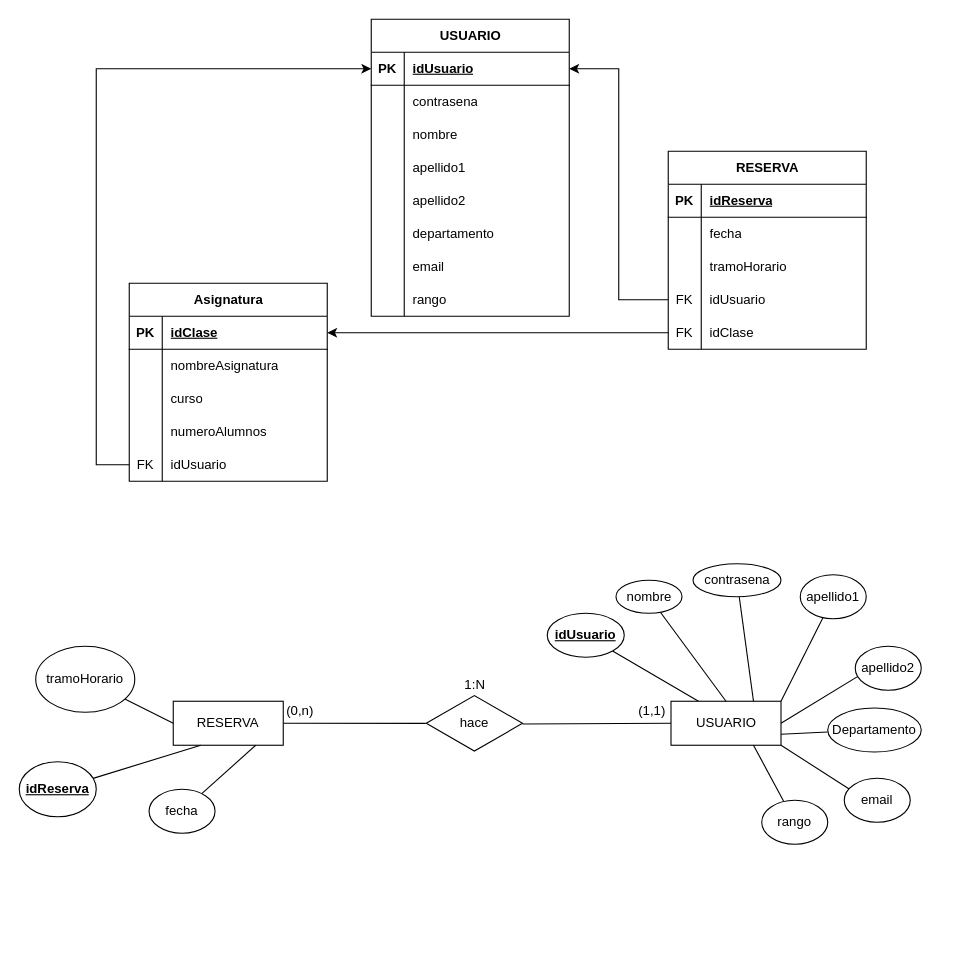
This is Diagramas/Diagrama entidad-relación.drawio from juanjesusrv/Proyecto-php, a draw.io file, before an edit. Source tidied: cells renumbered, new cells numbered last; positions are measured from the earlier drawing's top-left corner, leaving out a move shared by most shapes. Both pictures are drawn from the tidied source at 110%, with x=0, y=0 at pixel (19, 19).
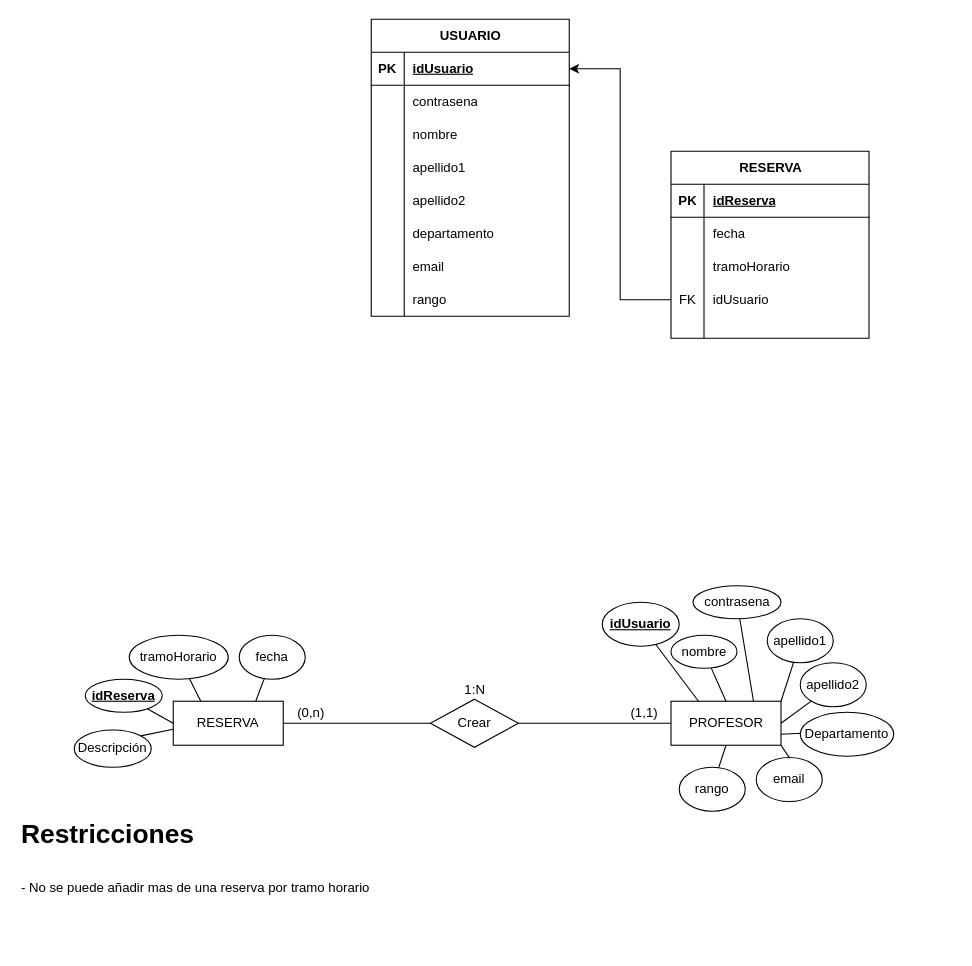
Above is the later version.

The change refers to these unchanged cells:
```xml
<mxCell id="3" style="shape=tableRow;horizontal=0;startSize=0;swimlaneHead=0;swimlaneBody=0;fillColor=none;points=[[0,0.5],[1,0.5]];portConstraint=eastwest;top=0;left=0;right=0;bottom=1;" parent="2" vertex="1">
  <mxGeometry y="30" width="180" height="30" as="geometry" />
</mxCell>
<mxCell id="59" value="RESERVA" style="whiteSpace=wrap;html=1;align=center;" parent="1" vertex="1">
  <mxGeometry x="140" y="620" width="100" height="40" as="geometry" />
</mxCell>
```

What changed in the source:
```diff
@@
-    <mxCell id="27" value="Asignatura" style="shape=table;startSize=30;childLayout=tableLayout;rowLines=0;fontStyle=1;align=center;html=1;" parent="1" vertex="1">
-      <mxGeometry x="100" y="240" width="180" height="180" as="geometry" />
-    </mxCell>
-    <mxCell id="28" style="shape=tableRow;horizontal=0;startSize=0;swimlaneHead=0;swimlaneBody=0;fillColor=none;points=[[0,0.5],[1,0.5]];portConstraint=eastwest;top=0;left=0;right=0;bottom=1;" parent="27" vertex="1">
-      <mxGeometry y="30" width="180" height="30" as="geometry" />
-    </mxCell>
-    <mxCell id="29" value="PK" style="shape=partialRectangle;fillColor=none;top=0;left=0;bottom=0;right=0;fontStyle=1;overflow=hidden;whiteSpace=wrap;html=1;" parent="28" vertex="1">
-      <mxGeometry width="30" height="30" as="geometry" />
-    </mxCell>
-    <mxCell id="30" value="idClase" style="shape=partialRectangle;fillColor=none;top=0;left=0;bottom=0;right=0;align=left;spacingLeft=6;fontStyle=5;overflow=hidden;whiteSpace=wrap;html=1;" parent="28" vertex="1">
-      <mxGeometry x="30" width="150" height="30" as="geometry" />
-    </mxCell>
-    <mxCell id="31" style="shape=tableRow;horizontal=0;startSize=0;swimlaneHead=0;swimlaneBody=0;fillColor=none;top=0;left=0;right=0;bottom=0;" parent="27" vertex="1">
-      <mxGeometry y="60" width="180" height="30" as="geometry" />
-    </mxCell>
-    <mxCell id="32" style="shape=partialRectangle;fillColor=none;top=0;left=0;bottom=0;right=0;overflow=hidden;whiteSpace=wrap;html=1;" parent="31" vertex="1">
-      <mxGeometry width="30" height="30" as="geometry" />
-    </mxCell>
-    <mxCell id="33" value="nombreAsignatura" style="shape=partialRectangle;fillColor=none;top=0;left=0;bottom=0;right=0;align=left;spacingLeft=6;overflow=hidden;whiteSpace=wrap;html=1;" parent="31" vertex="1">
-      <mxGeometry x="30" width="150" height="30" as="geometry" />
-    </mxCell>
-    <mxCell id="34" style="shape=tableRow;horizontal=0;startSize=0;swimlaneHead=0;swimlaneBody=0;fillColor=none;top=0;left=0;right=0;bottom=0;" parent="27" vertex="1">
-      <mxGeometry y="90" width="180" height="30" as="geometry" />
-    </mxCell>
-    <mxCell id="35" style="shape=partialRectangle;fillColor=none;top=0;left=0;bottom=0;right=0;overflow=hidden;whiteSpace=wrap;html=1;" parent="34" vertex="1">
-      <mxGeometry width="30" height="30" as="geometry" />
-    </mxCell>
-    <mxCell id="36" value="curso" style="shape=partialRectangle;fillColor=none;top=0;left=0;bottom=0;right=0;align=left;spacingLeft=6;overflow=hidden;whiteSpace=wrap;html=1;" parent="34" vertex="1">
-      <mxGeometry x="30" width="150" height="30" as="geometry" />
-    </mxCell>
-    <mxCell id="37" style="shape=tableRow;horizontal=0;startSize=0;swimlaneHead=0;swimlaneBody=0;fillColor=none;top=0;left=0;right=0;bottom=0;" parent="27" vertex="1">
-      <mxGeometry y="120" width="180" height="30" as="geometry" />
-    </mxCell>
-    <mxCell id="38" style="shape=partialRectangle;fillColor=none;top=0;left=0;bottom=0;right=0;overflow=hidden;whiteSpace=wrap;html=1;" parent="37" vertex="1">
-      <mxGeometry width="30" height="30" as="geometry" />
-    </mxCell>
-    <mxCell id="39" value="numeroAlumnos" style="shape=partialRectangle;fillColor=none;top=0;left=0;bottom=0;right=0;align=left;spacingLeft=6;overflow=hidden;whiteSpace=wrap;html=1;" parent="37" vertex="1">
-      <mxGeometry x="30" width="150" height="30" as="geometry" />
-    </mxCell>
-    <mxCell id="40" style="shape=tableRow;horizontal=0;startSize=0;swimlaneHead=0;swimlaneBody=0;fillColor=none;points=[[0,0.5],[1,0.5]];portConstraint=eastwest;top=0;left=0;right=0;bottom=0;" parent="27" vertex="1">
-      <mxGeometry y="150" width="180" height="30" as="geometry" />
-    </mxCell>
-    <mxCell id="41" value="FK" style="shape=partialRectangle;fillColor=none;top=0;left=0;bottom=0;right=0;overflow=hidden;whiteSpace=wrap;html=1;" parent="40" vertex="1">
-      <mxGeometry width="30" height="30" as="geometry" />
-    </mxCell>
-    <mxCell id="42" value="idUsuario" style="shape=partialRectangle;fillColor=none;top=0;left=0;bottom=0;right=0;align=left;spacingLeft=6;overflow=hidden;whiteSpace=wrap;html=1;" parent="40" vertex="1">
-      <mxGeometry x="30" width="150" height="30" as="geometry" />
-    </mxCell>
     <mxCell id="43" value="RESERVA" style="shape=table;startSize=30;childLayout=tableLayout;rowLines=0;fontStyle=1;align=center;html=1;" parent="1" vertex="1">
-      <mxGeometry x="590" y="120" width="180" height="180" as="geometry" />
+      <mxGeometry x="592.5" y="120" width="180" height="170" as="geometry" />
     </mxCell>
@@
     <mxCell id="56" style="shape=tableRow;horizontal=0;startSize=0;swimlaneHead=0;swimlaneBody=0;fillColor=none;points=[[0,0.5],[1,0.5]];portConstraint=eastwest;top=0;left=0;right=0;bottom=0;" parent="43" vertex="1">
-      <mxGeometry y="150" width="180" height="30" as="geometry" />
+      <mxGeometry y="150" width="180" height="20" as="geometry" />
     </mxCell>
-    <mxCell id="57" value="FK" style="shape=partialRectangle;fillColor=none;top=0;left=0;bottom=0;right=0;overflow=hidden;whiteSpace=wrap;html=1;" parent="56" vertex="1">
-      <mxGeometry width="30" height="30" as="geometry" />
+    <mxCell id="57" style="shape=partialRectangle;fillColor=none;top=0;left=0;bottom=0;right=0;overflow=hidden;whiteSpace=wrap;html=1;" parent="56" vertex="1">
+      <mxGeometry width="30" height="20" as="geometry" />
     </mxCell>
-    <mxCell id="58" value="idClase" style="shape=partialRectangle;fillColor=none;top=0;left=0;bottom=0;right=0;align=left;spacingLeft=6;overflow=hidden;whiteSpace=wrap;html=1;" parent="56" vertex="1">
-      <mxGeometry x="30" width="150" height="30" as="geometry" />
+    <mxCell id="58" style="shape=partialRectangle;fillColor=none;top=0;left=0;bottom=0;right=0;align=left;spacingLeft=6;overflow=hidden;whiteSpace=wrap;html=1;" parent="56" vertex="1">
+      <mxGeometry x="30" width="150" height="20" as="geometry" />
     </mxCell>
@@
-    <mxCell id="60" value="USUARIO" style="whiteSpace=wrap;html=1;align=center;" parent="1" vertex="1">
+    <mxCell id="60" value="PROFESOR" style="whiteSpace=wrap;html=1;align=center;" parent="1" vertex="1">
       <mxGeometry x="592.5" y="620" width="100" height="40" as="geometry" />
     </mxCell>
-    <mxCell id="61" value="hace" style="html=1;whiteSpace=wrap;shape=isoRectangle;" parent="1" vertex="1">
-      <mxGeometry x="370" y="613.8" width="87.5" height="52.5" as="geometry" />
-    </mxCell>
-    <mxCell id="62" style="rounded=0;jettySize=auto;html=1;entryX=1;entryY=0.5;entryDx=0;entryDy=0;exitX=-0.005;exitY=0.501;exitDx=0;exitDy=0;exitPerimeter=0;endArrow=none;startFill=0;" parent="1" edge="1" source="61" target="59">
+    <mxCell id="62" style="rounded=0;jettySize=auto;html=1;entryX=1;entryY=0.5;entryDx=0;entryDy=0;exitX=0;exitY=0.5;exitDx=0;exitDy=0;endArrow=none;startFill=0;" parent="1" edge="1" source="96" target="59">
       <mxGeometry relative="1" as="geometry" />
     </mxCell>
-    <mxCell id="63" style="rounded=0;jettySize=auto;html=1;entryX=1;entryY=0.513;entryDx=0;entryDy=0;exitX=0;exitY=0.5;exitDx=0;exitDy=0;endArrow=none;startFill=0;entryPerimeter=0;" parent="1" edge="1" source="60" target="61">
-      <mxGeometry relative="1" as="geometry" />
-    </mxCell>
     <mxCell id="64" value="(0,n)" style="text;html=1;align=center;verticalAlign=middle;strokeColor=none;fillColor=none;" parent="1" vertex="1">
-      <mxGeometry x="230" y="613.8" width="50" height="30" as="geometry" />
+      <mxGeometry x="240" y="616.2" width="50" height="30" as="geometry" />
     </mxCell>
     <mxCell id="65" value="(1,1)" style="text;html=1;align=center;verticalAlign=middle;strokeColor=none;fillColor=none;" parent="1" vertex="1">
-      <mxGeometry x="550" y="613.8" width="50" height="30" as="geometry" />
+      <mxGeometry x="542.5" y="616.2" width="50" height="30" as="geometry" />
     </mxCell>
     <mxCell id="66" value="1:N" style="text;html=1;align=center;verticalAlign=middle;strokeColor=none;fillColor=none;" parent="1" vertex="1">
-      <mxGeometry x="393.8" y="590" width="40" height="30" as="geometry" />
+      <mxGeometry x="393.8" y="595" width="40" height="30" as="geometry" />
     </mxCell>
-    <mxCell id="67" style="rounded=0;jettySize=auto;html=1;entryX=0.25;entryY=1;entryDx=0;entryDy=0;endArrow=none;startFill=0;" parent="1" edge="1" source="68" target="59">
+    <mxCell id="67" style="rounded=0;jettySize=auto;html=1;entryX=0;entryY=0.5;entryDx=0;entryDy=0;endArrow=none;startFill=0;" parent="1" edge="1" source="68" target="59">
       <mxGeometry relative="1" as="geometry" />
     </mxCell>
     <mxCell id="68" value="&lt;b&gt;&lt;u&gt;idReserva&lt;/u&gt;&lt;/b&gt;" style="ellipse;whiteSpace=wrap;html=1;" parent="1" vertex="1">
-      <mxGeometry y="675" width="70" height="50" as="geometry" />
+      <mxGeometry x="60" y="600" width="70" height="30" as="geometry" />
     </mxCell>
-    <mxCell id="69" style="rounded=0;jettySize=auto;html=1;entryX=0.75;entryY=1;entryDx=0;entryDy=0;endArrow=none;startFill=0;" parent="1" edge="1" source="70" target="59">
+    <mxCell id="69" style="rounded=0;jettySize=auto;html=1;entryX=0.75;entryY=0;entryDx=0;entryDy=0;endArrow=none;startFill=0;" parent="1" edge="1" source="70" target="59">
       <mxGeometry relative="1" as="geometry" />
     </mxCell>
     <mxCell id="70" value="fecha" style="ellipse;whiteSpace=wrap;html=1;" parent="1" vertex="1">
-      <mxGeometry x="118" y="700" width="60" height="40" as="geometry" />
+      <mxGeometry x="200" y="560" width="60" height="40" as="geometry" />
     </mxCell>
-    <mxCell id="71" style="rounded=0;jettySize=auto;html=1;entryX=0;entryY=0.5;entryDx=0;entryDy=0;endArrow=none;startFill=0;" parent="1" edge="1" source="72" target="59">
+    <mxCell id="71" style="rounded=0;jettySize=auto;html=1;entryX=0.25;entryY=0;entryDx=0;entryDy=0;endArrow=none;startFill=0;" parent="1" edge="1" source="72" target="59">
       <mxGeometry relative="1" as="geometry" />
     </mxCell>
     <mxCell id="72" value="tramoHorario" style="ellipse;whiteSpace=wrap;html=1;" parent="1" vertex="1">
-      <mxGeometry x="15" y="570" width="90" height="60" as="geometry" />
+      <mxGeometry x="100" y="560" width="90" height="40" as="geometry" />
     </mxCell>
@@
     <mxCell id="74" value="&lt;u&gt;&lt;b&gt;idUsuario&lt;/b&gt;&lt;/u&gt;" style="ellipse;whiteSpace=wrap;html=1;" parent="1" vertex="1">
-      <mxGeometry x="480" y="540" width="70" height="40" as="geometry" />
+      <mxGeometry x="530" y="530" width="70" height="40" as="geometry" />
     </mxCell>
@@
     <mxCell id="76" value="contrasena" style="ellipse;whiteSpace=wrap;html=1;" parent="1" vertex="1">
-      <mxGeometry x="612.5" y="495" width="80" height="30" as="geometry" />
+      <mxGeometry x="612.5" y="515" width="80" height="30" as="geometry" />
     </mxCell>
@@
     <mxCell id="78" value="apellido1" style="ellipse;whiteSpace=wrap;html=1;" parent="1" vertex="1">
-      <mxGeometry x="710" y="505" width="60" height="40" as="geometry" />
+      <mxGeometry x="680" y="545" width="60" height="40" as="geometry" />
     </mxCell>
@@
     <mxCell id="80" value="nombre" style="ellipse;whiteSpace=wrap;html=1;" parent="1" vertex="1">
-      <mxGeometry x="542.5" y="510" width="60" height="30" as="geometry" />
+      <mxGeometry x="592.5" y="560" width="60" height="30" as="geometry" />
     </mxCell>
-    <mxCell id="81" style="rounded=0;jettySize=auto;html=1;entryX=1;entryY=0.5;entryDx=0;entryDy=0;endArrow=none;startFill=0;" parent="1" edge="1" target="60">
-      <mxGeometry relative="1" as="geometry">
-        <mxPoint x="768" y="594" as="sourcePoint" />
-      </mxGeometry>
+    <mxCell id="81" style="rounded=0;jettySize=auto;html=1;entryX=1;entryY=0.5;entryDx=0;entryDy=0;endArrow=none;startFill=0;" parent="1" edge="1" source="89" target="60">
+      <mxGeometry relative="1" as="geometry" />
     </mxCell>
@@
-    <mxCell id="83" style="rounded=0;jettySize=auto;html=1;entryX=1;entryY=1;entryDx=0;entryDy=0;endArrow=none;startFill=0;" parent="1" edge="1" target="60">
-      <mxGeometry relative="1" as="geometry">
-        <mxPoint x="758" y="702" as="sourcePoint" />
-      </mxGeometry>
+    <mxCell id="83" style="rounded=0;jettySize=auto;html=1;entryX=1;entryY=1;entryDx=0;entryDy=0;endArrow=none;startFill=0;exitX=0.5;exitY=0;exitDx=0;exitDy=0;" parent="1" edge="1" source="91" target="60">
+      <mxGeometry relative="1" as="geometry" />
     </mxCell>
-    <mxCell id="84" style="rounded=0;jettySize=auto;html=1;entryX=0.75;entryY=1;entryDx=0;entryDy=0;endArrow=none;startFill=0;" parent="1" edge="1" source="85" target="60">
+    <mxCell id="84" style="rounded=0;jettySize=auto;html=1;entryX=0.5;entryY=1;entryDx=0;entryDy=0;endArrow=none;startFill=0;" parent="1" edge="1" source="85" target="60">
       <mxGeometry relative="1" as="geometry" />
     </mxCell>
     <mxCell id="85" value="rango" style="ellipse;whiteSpace=wrap;html=1;" parent="1" vertex="1">
-      <mxGeometry x="675" y="710" width="60" height="40" as="geometry" />
+      <mxGeometry x="600" y="680" width="60" height="40" as="geometry" />
     </mxCell>
-    <mxCell id="86" style="edgeStyle=orthogonalEdgeStyle;rounded=0;jettySize=auto;html=1;entryX=0;entryY=0.5;entryDx=0;entryDy=0;" parent="1" edge="1" source="40" target="3">
-      <mxGeometry relative="1" as="geometry">
-        <Array as="points">
-          <mxPoint x="70" y="405" />
-          <mxPoint x="70" y="45" />
-        </Array>
-      </mxGeometry>
-    </mxCell>
@@
-    <mxCell id="88" style="edgeStyle=orthogonalEdgeStyle;rounded=0;jettySize=auto;html=1;entryX=1;entryY=0.5;entryDx=0;entryDy=0;" parent="1" edge="1" source="56" target="28">
-      <mxGeometry relative="1" as="geometry" />
-    </mxCell>
-    <mxCell id="89" value="apellido2" style="ellipse;whiteSpace=wrap;html=1;" parent="1" vertex="1">
-      <mxGeometry x="760" y="570" width="60" height="40" as="geometry" />
-    </mxCell>
     <mxCell id="90" value="Departamento" style="ellipse;whiteSpace=wrap;html=1;" parent="1" vertex="1">
-      <mxGeometry x="735" y="626.2" width="85" height="40" as="geometry" />
+      <mxGeometry x="710" y="630" width="85" height="40" as="geometry" />
     </mxCell>
     <mxCell id="91" value="email" style="ellipse;whiteSpace=wrap;html=1;" parent="1" vertex="1">
-      <mxGeometry x="750" y="690" width="60" height="40" as="geometry" />
+      <mxGeometry x="670" y="671.2" width="60" height="40" as="geometry" />
     </mxCell>
+    <mxCell id="89" value="apellido2" style="ellipse;whiteSpace=wrap;html=1;" parent="1" vertex="1">
+      <mxGeometry x="710" y="585" width="60" height="40" as="geometry" />
+    </mxCell>
+    <mxCell id="92" value="Descripción" style="ellipse;whiteSpace=wrap;html=1;" parent="1" vertex="1">
+      <mxGeometry x="50" y="646.2" width="70" height="33.8" as="geometry" />
+    </mxCell>
+    <mxCell id="93" style="rounded=0;jettySize=auto;html=1;entryX=0;entryY=0.635;entryDx=0;entryDy=0;endArrow=none;startFill=0;exitX=1;exitY=0;exitDx=0;exitDy=0;entryPerimeter=0;" parent="1" edge="1" source="92" target="59">
+      <mxGeometry relative="1" as="geometry" />
+    </mxCell>
+    <mxCell id="94" value="&lt;h1 style=&quot;margin-top: 0px;&quot;&gt;&lt;span style=&quot;background-color: transparent; color: light-dark(rgb(0, 0, 0), rgb(255, 255, 255));&quot;&gt;Restricciones&lt;/span&gt;&lt;/h1&gt;&lt;h1 style=&quot;margin-top: 0px;&quot;&gt;&lt;span style=&quot;font-size: 12px; font-weight: 400; text-align: center; text-wrap-mode: nowrap; background-color: transparent; color: light-dark(rgb(0, 0, 0), rgb(255, 255, 255));&quot;&gt;- No se puede añadir mas de una reserva por tramo horario&lt;/span&gt;&lt;/h1&gt;" style="text;html=1;whiteSpace=wrap;overflow=hidden;rounded=0;" parent="1" vertex="1">
+      <mxGeometry y="720" width="850" height="120" as="geometry" />
+    </mxCell>
+    <mxCell id="95" style="rounded=0;jettySize=auto;html=1;exitX=0;exitY=0.5;exitDx=0;exitDy=0;endArrow=none;startFill=0;entryX=1;entryY=0.5;entryDx=0;entryDy=0;" parent="1" edge="1" source="60" target="96">
+      <mxGeometry relative="1" as="geometry" />
+    </mxCell>
+    <mxCell id="96" value="Crear" style="shape=rhombus;perimeter=rhombusPerimeter;whiteSpace=wrap;html=1;align=center;" parent="1" vertex="1">
+      <mxGeometry x="373.8" y="618.1" width="80" height="43.8" as="geometry" />
+    </mxCell>
```
